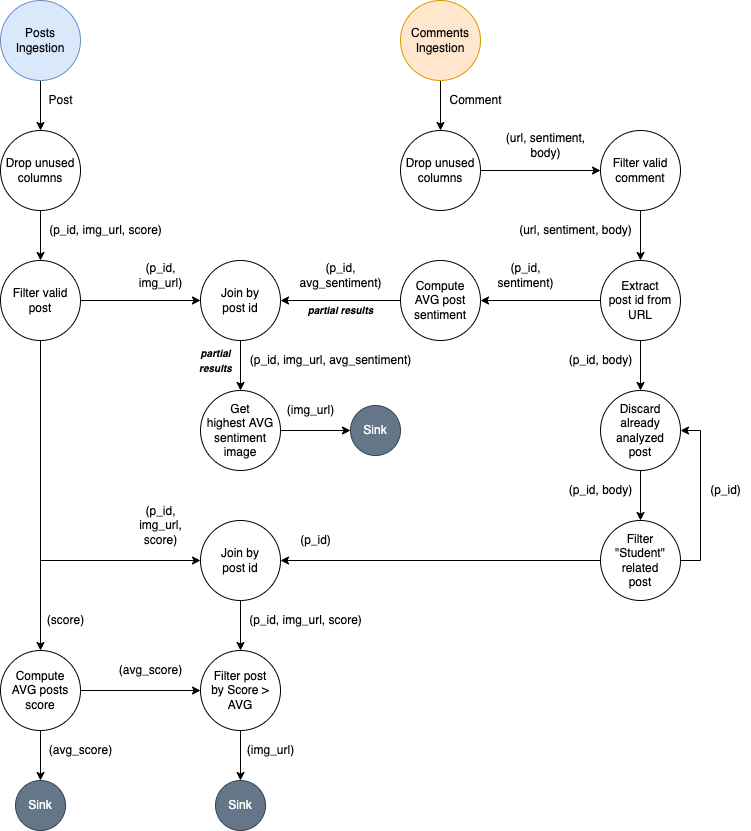
Above: TP2/docs/diagrams/DAG.png in mauro7x/distribuidos (draw.io), before the change. Source tidied: cells renumbered, new cells last; positions are measured from the earlier drawing's top-left corner, leaving out a move shared by most shapes.
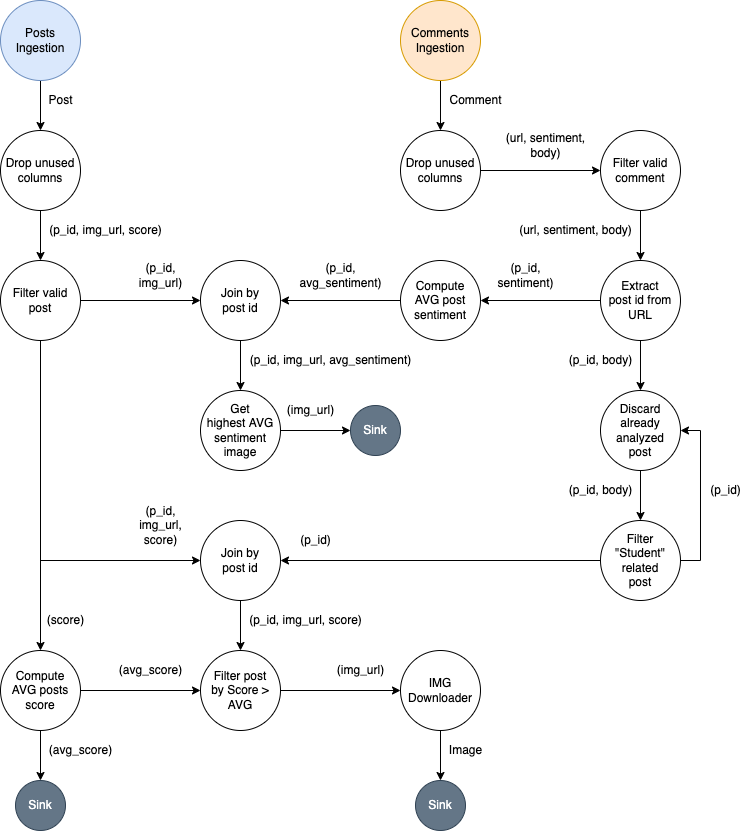
After the change.

What changed in the source:
```diff
@@ -99,12 +99,6 @@
     <mxCell id="32" value="(p_id, img_url, avg_sentiment)" style="text;html=1;align=center;verticalAlign=middle;strokeColor=none;fillColor=none;" parent="1" vertex="1">
       <mxGeometry x="240" y="350" width="180" height="20" as="geometry" />
     </mxCell>
-    <mxCell id="33" value="&lt;font style=&quot;font-size: 10px;&quot;&gt;partial results&lt;/font&gt;" style="text;html=1;align=center;verticalAlign=middle;strokeColor=none;fillColor=none;fontStyle=3;" parent="1" vertex="1">
-      <mxGeometry x="300" y="300" width="80" height="20" as="geometry" />
-    </mxCell>
-    <mxCell id="34" value="&lt;font style=&quot;font-size: 10px;&quot;&gt;partial&lt;br&gt;results&lt;/font&gt;" style="text;html=1;align=center;verticalAlign=middle;strokeColor=none;fillColor=none;fontStyle=3;" parent="1" vertex="1">
-      <mxGeometry x="190" y="340" width="50" height="40" as="geometry" />
-    </mxCell>
     <mxCell id="35" value="Sink" style="ellipse;whiteSpace=wrap;html=1;fillColor=#647687;fontColor=#ffffff;strokeColor=#314354;" parent="1" vertex="1">
       <mxGeometry x="350" y="405" width="50" height="50" as="geometry" />
     </mxCell>
@@ -131,9 +125,9 @@
     <mxCell id="41" value="Filter&lt;br&gt;&quot;Student&quot; related&lt;br&gt;post" style="ellipse;whiteSpace=wrap;html=1;" parent="1" vertex="1">
       <mxGeometry x="600" y="520" width="80" height="80" as="geometry" />
     </mxCell>
-    <mxCell id="42" style="edgeStyle=orthogonalEdgeStyle;rounded=0;jettySize=auto;html=1;fontSize=10;" parent="1" edge="1" source="43" target="53">
-      <mxGeometry relative="1" as="geometry" />
-    </mxCell>
+    <mxCell id="62" style="edgeStyle=orthogonalEdgeStyle;rounded=0;jettySize=auto;html=1;" parent="1" edge="1" source="43" target="64">
+      <mxGeometry relative="1" as="geometry" />
+    </mxCell>
     <mxCell id="43" value="Filter post&lt;br&gt;by Score &amp;gt; AVG" style="ellipse;whiteSpace=wrap;html=1;" parent="1" vertex="1">
       <mxGeometry x="200" y="650" width="80" height="80" as="geometry" />
     </mxCell>
@@ -165,10 +159,10 @@
       <mxGeometry x="40" y="740" width="80" height="20" as="geometry" />
     </mxCell>
     <mxCell id="53" value="Sink" style="ellipse;whiteSpace=wrap;html=1;fillColor=#647687;fontColor=#ffffff;strokeColor=#314354;" parent="1" vertex="1">
-      <mxGeometry x="215" y="780" width="50" height="50" as="geometry" />
+      <mxGeometry x="415" y="780" width="50" height="50" as="geometry" />
     </mxCell>
     <mxCell id="54" value="(img_url)" style="text;html=1;align=center;verticalAlign=middle;strokeColor=none;fillColor=none;" parent="1" vertex="1">
-      <mxGeometry x="240" y="740" width="60" height="20" as="geometry" />
+      <mxGeometry x="330" y="660" width="60" height="20" as="geometry" />
     </mxCell>
     <mxCell id="55" value="(score)" style="text;html=1;align=center;verticalAlign=middle;strokeColor=none;fillColor=none;" parent="1" vertex="1">
       <mxGeometry x="40" y="610" width="50" height="20" as="geometry" />
@@ -191,5 +185,14 @@
     <mxCell id="61" value="(url, sentiment,&lt;br&gt;body)" style="text;html=1;align=center;verticalAlign=middle;strokeColor=none;fillColor=none;" parent="1" vertex="1">
       <mxGeometry x="500" y="130" width="90" height="30" as="geometry" />
     </mxCell>
+    <mxCell id="63" style="edgeStyle=orthogonalEdgeStyle;rounded=0;jettySize=auto;html=1;" parent="1" edge="1" source="64" target="53">
+      <mxGeometry relative="1" as="geometry" />
+    </mxCell>
+    <mxCell id="64" value="IMG&lt;br&gt;Downloader" style="ellipse;whiteSpace=wrap;html=1;" parent="1" vertex="1">
+      <mxGeometry x="400" y="650" width="80" height="80" as="geometry" />
+    </mxCell>
+    <mxCell id="65" value="Image" style="text;html=1;align=center;verticalAlign=middle;strokeColor=none;fillColor=none;" parent="1" vertex="1">
+      <mxGeometry x="440" y="740" width="50" height="20" as="geometry" />
+    </mxCell>
   </root>
 </mxGraphModel>
```
